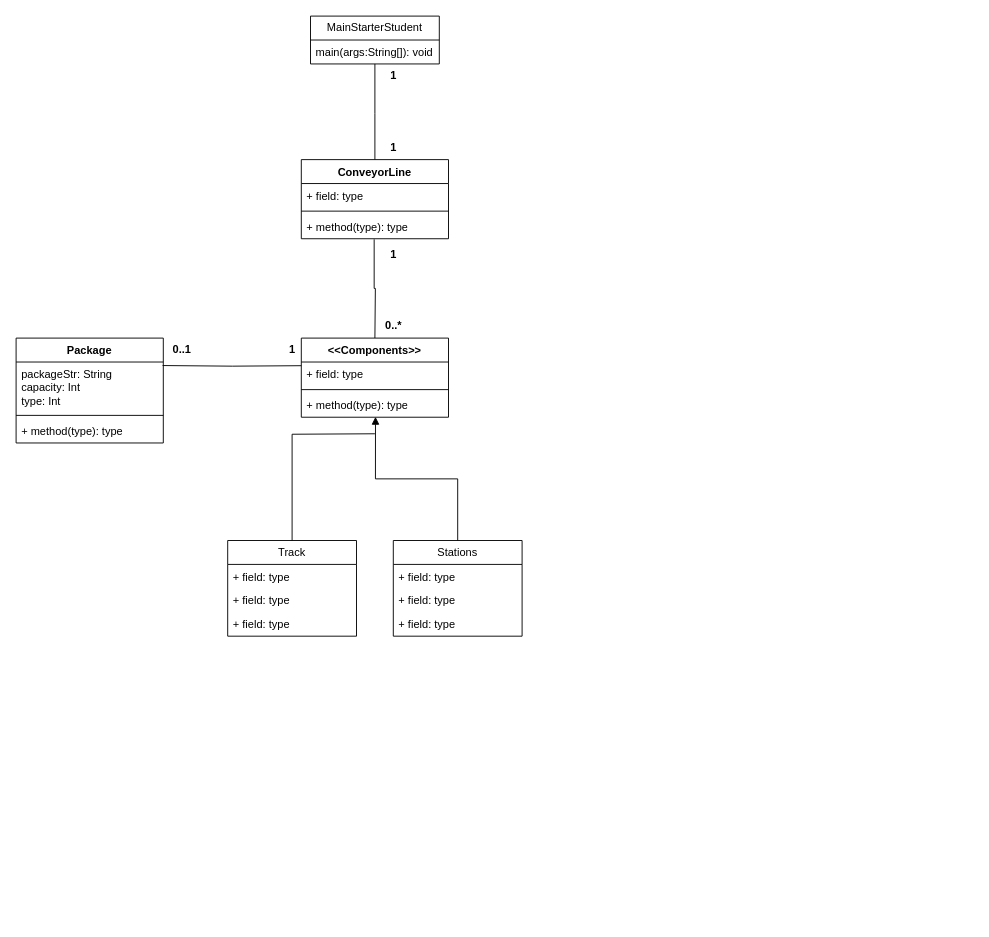
This is Python (FULL) Diagram.drawio from Spezzdidly/Python-FULL-, a draw.io file, before an edit. Source tidied: cells renumbered, new cells numbered last; positions are measured from the earlier drawing's top-left corner, leaving out a move shared by most shapes. Both pictures are drawn from the tidied source at 92%, with x=0, y=0 at pixel (16, 16).
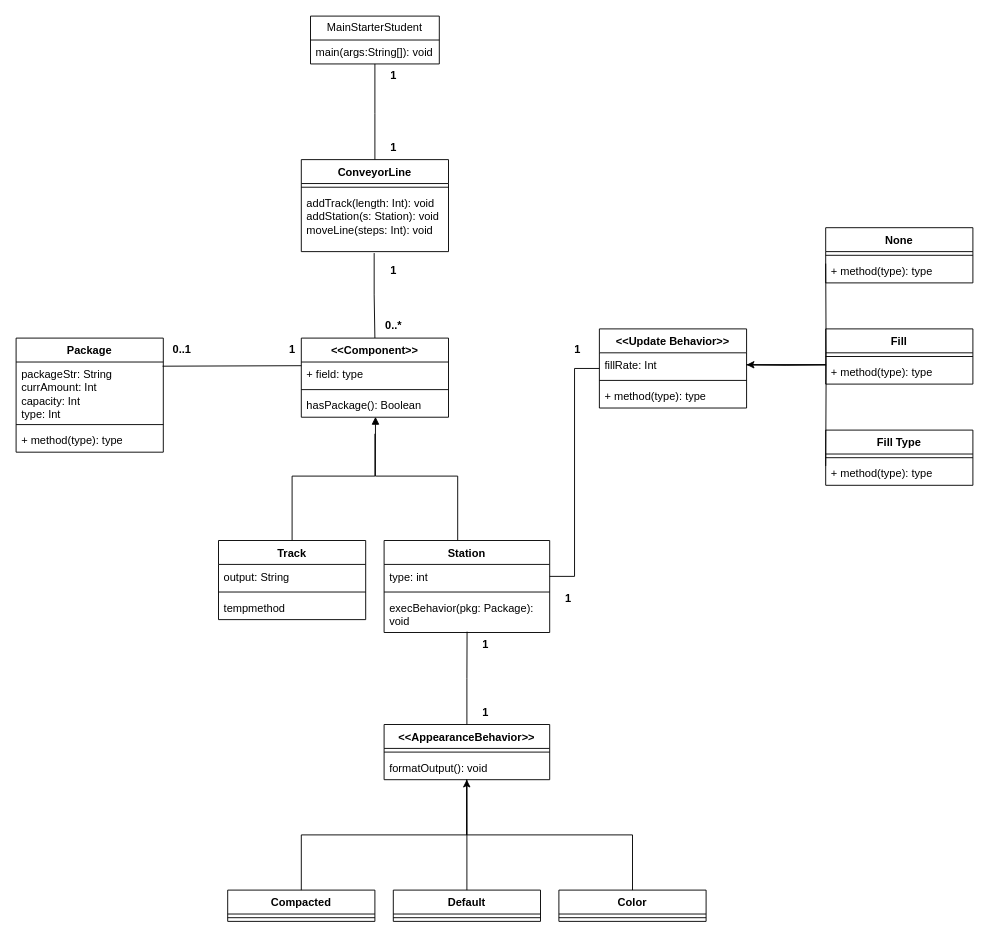
Above is the later version.

What changed in the source:
```diff
@@
     <mxCell id="5" style="edgeStyle=orthogonalEdgeStyle;rounded=0;jettySize=auto;html=1;entryX=0.5;entryY=0;entryDx=0;entryDy=0;endArrow=none;endFill=0;exitX=0.495;exitY=1.024;exitDx=0;exitDy=0;exitPerimeter=0;" parent="1" edge="1" source="23">
       <mxGeometry relative="1" as="geometry">
         <mxPoint x="390" y="350" as="targetPoint" />
+        <Array as="points">
+          <mxPoint x="389" y="303" />
+        </Array>
       </mxGeometry>
     </mxCell>
-    <mxCell id="6" style="edgeStyle=orthogonalEdgeStyle;rounded=0;jettySize=auto;html=1;entryX=0.5;entryY=0;entryDx=0;entryDy=0;endArrow=none;endFill=0;jumpSize=4;endSize=4;" parent="1" edge="1" target="7">
+    <mxCell id="6" style="edgeStyle=orthogonalEdgeStyle;rounded=0;orthogonalLoop=1;jettySize=auto;html=1;entryX=0.5;entryY=0;entryDx=0;entryDy=0;endArrow=none;endFill=0;jumpSize=4;endSize=4;" parent="1" edge="1">
       <mxGeometry relative="1" as="geometry">
         <mxPoint x="390" y="454" as="sourcePoint" />
+        <mxPoint x="300" y="570" as="targetPoint" />
+        <Array as="points">
+          <mxPoint x="390" y="500" />
+          <mxPoint x="300" y="500" />
+        </Array>
       </mxGeometry>
     </mxCell>
-    <mxCell id="7" value="Track" style="swimlane;fontStyle=0;horizontal=1;startSize=26;fillColor=none;whiteSpace=wrap;html=1;" parent="1" vertex="1">
-      <mxGeometry x="230" y="570" width="140" height="104" as="geometry" />
-    </mxCell>
-    <mxCell id="8" value="+ field: type" style="text;strokeColor=none;fillColor=none;align=left;verticalAlign=top;spacingLeft=4;spacingRight=4;overflow=hidden;whiteSpace=wrap;html=1;" parent="7" vertex="1">
-      <mxGeometry y="26" width="140" height="26" as="geometry" />
-    </mxCell>
-    <mxCell id="9" value="+ field: type" style="text;strokeColor=none;fillColor=none;align=left;verticalAlign=top;spacingLeft=4;spacingRight=4;overflow=hidden;whiteSpace=wrap;html=1;" parent="7" vertex="1">
-      <mxGeometry y="52" width="140" height="26" as="geometry" />
-    </mxCell>
-    <mxCell id="10" value="+ field: type" style="text;strokeColor=none;fillColor=none;align=left;verticalAlign=top;spacingLeft=4;spacingRight=4;overflow=hidden;whiteSpace=wrap;html=1;" parent="7" vertex="1">
-      <mxGeometry y="78" width="140" height="26" as="geometry" />
-    </mxCell>
-    <mxCell id="11" value="Stations" style="swimlane;fontStyle=0;horizontal=1;startSize=26;fillColor=none;whiteSpace=wrap;html=1;" parent="1" vertex="1">
-      <mxGeometry x="410" y="570" width="140" height="104" as="geometry" />
-    </mxCell>
-    <mxCell id="12" value="+ field: type" style="text;strokeColor=none;fillColor=none;align=left;verticalAlign=top;spacingLeft=4;spacingRight=4;overflow=hidden;whiteSpace=wrap;html=1;" parent="11" vertex="1">
-      <mxGeometry y="26" width="140" height="26" as="geometry" />
-    </mxCell>
-    <mxCell id="13" value="+ field: type" style="text;strokeColor=none;fillColor=none;align=left;verticalAlign=top;spacingLeft=4;spacingRight=4;overflow=hidden;whiteSpace=wrap;html=1;" parent="11" vertex="1">
-      <mxGeometry y="52" width="140" height="26" as="geometry" />
-    </mxCell>
-    <mxCell id="14" value="+ field: type" style="text;strokeColor=none;fillColor=none;align=left;verticalAlign=top;spacingLeft=4;spacingRight=4;overflow=hidden;whiteSpace=wrap;html=1;" parent="11" vertex="1">
-      <mxGeometry y="78" width="140" height="26" as="geometry" />
-    </mxCell>
     <mxCell id="15" value="1" style="text;align=center;fontStyle=1;verticalAlign=middle;spacingLeft=3;spacingRight=3;strokeColor=none;html=1;" parent="1" vertex="1">
-      <mxGeometry x="370" y="246" width="80" height="26" as="geometry" />
+      <mxGeometry x="370" y="264" width="80" height="26" as="geometry" />
     </mxCell>
@@
-    <mxCell id="19" style="edgeStyle=orthogonalEdgeStyle;rounded=0;jettySize=auto;html=1;endArrow=block;endFill=1;entryX=0.504;entryY=0.984;entryDx=0;entryDy=0;entryPerimeter=0;" parent="1" edge="1" source="11" target="34">
-      <mxGeometry relative="1" as="geometry" />
+    <mxCell id="19" style="edgeStyle=orthogonalEdgeStyle;rounded=0;jettySize=auto;html=1;endArrow=block;endFill=1;entryX=0.504;entryY=0.984;entryDx=0;entryDy=0;entryPerimeter=0;" parent="1" edge="1" target="34">
+      <mxGeometry relative="1" as="geometry">
+        <mxPoint x="480" y="570" as="sourcePoint" />
+        <Array as="points">
+          <mxPoint x="480" y="500" />
+          <mxPoint x="391" y="500" />
+        </Array>
+      </mxGeometry>
     </mxCell>
     <mxCell id="20" value="ConveyorLine" style="swimlane;fontStyle=1;align=center;verticalAlign=top;horizontal=1;startSize=26;whiteSpace=wrap;html=1;" parent="1" vertex="1">
-      <mxGeometry x="310" y="156" width="160" height="86" as="geometry" />
+      <mxGeometry x="310" y="156" width="160" height="100" as="geometry" />
     </mxCell>
-    <mxCell id="21" value="+ field: type" style="text;strokeColor=none;fillColor=none;align=left;verticalAlign=top;spacingLeft=4;spacingRight=4;overflow=hidden;whiteSpace=wrap;html=1;" parent="20" vertex="1">
-      <mxGeometry y="26" width="160" height="26" as="geometry" />
-    </mxCell>
     <mxCell id="22" style="line;strokeWidth=1;fillColor=none;align=left;verticalAlign=middle;spacingTop=-1;spacingLeft=3;spacingRight=3;labelPosition=right;strokeColor=inherit;" parent="20" vertex="1">
-      <mxGeometry y="52" width="160" height="8" as="geometry" />
+      <mxGeometry y="26" width="160" height="8" as="geometry" />
     </mxCell>
-    <mxCell id="23" value="+ method(type): type" style="text;strokeColor=none;fillColor=none;align=left;verticalAlign=top;spacingLeft=4;spacingRight=4;overflow=hidden;points=[[0,0.5],[1,0.5]];portConstraint=eastwest;whiteSpace=wrap;html=1;" parent="20" vertex="1">
-      <mxGeometry y="60" width="160" height="26" as="geometry" />
+    <mxCell id="23" value="addTrack(length: Int): void&lt;div&gt;addStation(s: Station): void&lt;/div&gt;&lt;div&gt;moveLine(steps: Int): void&lt;/div&gt;" style="text;strokeColor=none;fillColor=none;align=left;verticalAlign=top;spacingLeft=4;spacingRight=4;overflow=hidden;points=[[0,0.5],[1,0.5]];portConstraint=eastwest;whiteSpace=wrap;html=1;" parent="20" vertex="1">
+      <mxGeometry y="34" width="160" height="66" as="geometry" />
     </mxCell>
     <mxCell id="24" value="Package" style="swimlane;fontStyle=1;align=center;verticalAlign=top;horizontal=1;startSize=26;whiteSpace=wrap;html=1;" parent="1" vertex="1">
-      <mxGeometry y="350" width="160" height="114" as="geometry" />
+      <mxGeometry y="350" width="160" height="124" as="geometry" />
     </mxCell>
-    <mxCell id="25" value="packageStr: String&lt;div&gt;capacity: Int&lt;/div&gt;&lt;div&gt;type: Int&lt;/div&gt;" style="text;strokeColor=none;fillColor=none;align=left;verticalAlign=top;spacingLeft=4;spacingRight=4;overflow=hidden;points=[[0,0.5],[1,0.5]];portConstraint=eastwest;whiteSpace=wrap;html=1;" parent="24" vertex="1">
-      <mxGeometry y="26" width="160" height="54" as="geometry" />
+    <mxCell id="25" value="packageStr: String&lt;div&gt;currAmount: Int&lt;br&gt;&lt;div&gt;capacity: Int&lt;/div&gt;&lt;div&gt;type: Int&lt;/div&gt;&lt;/div&gt;" style="text;strokeColor=none;fillColor=none;align=left;verticalAlign=top;spacingLeft=4;spacingRight=4;overflow=hidden;points=[[0,0.5],[1,0.5]];portConstraint=eastwest;whiteSpace=wrap;html=1;" parent="24" vertex="1">
+      <mxGeometry y="26" width="160" height="64" as="geometry" />
     </mxCell>
     <mxCell id="26" style="line;strokeWidth=1;fillColor=none;align=left;verticalAlign=middle;spacingTop=-1;spacingLeft=3;spacingRight=3;labelPosition=right;strokeColor=inherit;" parent="24" vertex="1">
-      <mxGeometry y="80" width="160" height="8" as="geometry" />
+      <mxGeometry y="90" width="160" height="8" as="geometry" />
     </mxCell>
     <mxCell id="27" value="+ method(type): type" style="text;strokeColor=none;fillColor=none;align=left;verticalAlign=top;spacingLeft=4;spacingRight=4;overflow=hidden;whiteSpace=wrap;html=1;" parent="24" vertex="1">
-      <mxGeometry y="88" width="160" height="26" as="geometry" />
+      <mxGeometry y="98" width="160" height="26" as="geometry" />
     </mxCell>
@@
-    <mxCell id="31" value="&amp;lt;&amp;lt;Components&amp;gt;&amp;gt;" style="swimlane;fontStyle=1;align=center;verticalAlign=top;horizontal=1;startSize=26;whiteSpace=wrap;html=1;" parent="1" vertex="1">
+    <mxCell id="31" value="&amp;lt;&amp;lt;Component&amp;gt;&amp;gt;" style="swimlane;fontStyle=1;align=center;verticalAlign=top;horizontal=1;startSize=26;whiteSpace=wrap;html=1;" parent="1" vertex="1">
       <mxGeometry x="310" y="350" width="160" height="86" as="geometry" />
     </mxCell>
@@
-    <mxCell id="34" value="+ method(type): type" style="text;strokeColor=none;fillColor=none;align=left;verticalAlign=top;spacingLeft=4;spacingRight=4;overflow=hidden;points=[[0,0.5],[1,0.5]];portConstraint=eastwest;whiteSpace=wrap;html=1;" parent="31" vertex="1">
+    <mxCell id="34" value="hasPackage(): Boolean" style="text;strokeColor=none;fillColor=none;align=left;verticalAlign=top;spacingLeft=4;spacingRight=4;overflow=hidden;points=[[0,0.5],[1,0.5]];portConstraint=eastwest;whiteSpace=wrap;html=1;" parent="31" vertex="1">
       <mxGeometry y="60" width="160" height="26" as="geometry" />
     </mxCell>
+    <mxCell id="7" value="Track" style="swimlane;fontStyle=1;align=center;verticalAlign=top;horizontal=1;startSize=26;whiteSpace=wrap;html=1;" parent="1" vertex="1">
+      <mxGeometry x="220" y="570" width="160" height="86" as="geometry" />
+    </mxCell>
+    <mxCell id="35" value="output: String" style="text;strokeColor=none;fillColor=none;align=left;verticalAlign=top;spacingLeft=4;spacingRight=4;overflow=hidden;whiteSpace=wrap;html=1;" parent="7" vertex="1">
+      <mxGeometry y="26" width="160" height="26" as="geometry" />
+    </mxCell>
+    <mxCell id="36" style="line;strokeWidth=1;fillColor=none;align=left;verticalAlign=middle;spacingTop=-1;spacingLeft=3;spacingRight=3;labelPosition=right;strokeColor=inherit;" parent="7" vertex="1">
+      <mxGeometry y="52" width="160" height="8" as="geometry" />
+    </mxCell>
+    <mxCell id="37" value="tempmethod" style="text;strokeColor=none;fillColor=none;align=left;verticalAlign=top;spacingLeft=4;spacingRight=4;overflow=hidden;whiteSpace=wrap;html=1;" parent="7" vertex="1">
+      <mxGeometry y="60" width="160" height="26" as="geometry" />
+    </mxCell>
+    <mxCell id="38" value="Station" style="swimlane;fontStyle=1;align=center;verticalAlign=top;horizontal=1;startSize=26;whiteSpace=wrap;html=1;" parent="1" vertex="1">
+      <mxGeometry x="400" y="570" width="180" height="100" as="geometry" />
+    </mxCell>
+    <mxCell id="39" value="type: int" style="text;strokeColor=none;fillColor=none;align=left;verticalAlign=top;spacingLeft=4;spacingRight=4;overflow=hidden;points=[[0,0.5],[1,0.5]];portConstraint=eastwest;whiteSpace=wrap;html=1;" parent="38" vertex="1">
+      <mxGeometry y="26" width="180" height="26" as="geometry" />
+    </mxCell>
+    <mxCell id="40" style="line;strokeWidth=1;fillColor=none;align=left;verticalAlign=middle;spacingTop=-1;spacingLeft=3;spacingRight=3;labelPosition=right;strokeColor=inherit;" parent="38" vertex="1">
+      <mxGeometry y="52" width="180" height="8" as="geometry" />
+    </mxCell>
+    <mxCell id="41" value="execBehavior(pkg: Package): void" style="text;strokeColor=none;fillColor=none;align=left;verticalAlign=top;spacingLeft=4;spacingRight=4;overflow=hidden;points=[[0,0.5],[1,0.5]];portConstraint=eastwest;whiteSpace=wrap;html=1;" parent="38" vertex="1">
+      <mxGeometry y="60" width="180" height="40" as="geometry" />
+    </mxCell>
+    <mxCell id="42" value="&amp;lt;&amp;lt;Update Behavior&amp;gt;&amp;gt;" style="swimlane;fontStyle=1;align=center;verticalAlign=top;horizontal=1;startSize=26;whiteSpace=wrap;html=1;" parent="1" vertex="1">
+      <mxGeometry x="634" y="340" width="160" height="86" as="geometry" />
+    </mxCell>
+    <mxCell id="43" value="fillRate: Int" style="text;strokeColor=none;fillColor=none;align=left;verticalAlign=top;spacingLeft=4;spacingRight=4;overflow=hidden;points=[[0,0.5],[1,0.5]];portConstraint=eastwest;whiteSpace=wrap;html=1;" parent="42" vertex="1">
+      <mxGeometry y="26" width="160" height="26" as="geometry" />
+    </mxCell>
+    <mxCell id="44" style="line;strokeWidth=1;fillColor=none;align=left;verticalAlign=middle;spacingTop=-1;spacingLeft=3;spacingRight=3;labelPosition=right;strokeColor=inherit;" parent="42" vertex="1">
+      <mxGeometry y="52" width="160" height="8" as="geometry" />
+    </mxCell>
+    <mxCell id="45" value="+ method(type): type" style="text;strokeColor=none;fillColor=none;align=left;verticalAlign=top;spacingLeft=4;spacingRight=4;overflow=hidden;whiteSpace=wrap;html=1;" parent="42" vertex="1">
+      <mxGeometry y="60" width="160" height="26" as="geometry" />
+    </mxCell>
+    <mxCell id="46" style="edgeStyle=orthogonalEdgeStyle;rounded=0;jettySize=auto;html=1;entryX=0;entryY=0.5;entryDx=0;entryDy=0;endArrow=none;endFill=0;" parent="1" edge="1" source="39" target="42">
+      <mxGeometry relative="1" as="geometry" />
+    </mxCell>
+    <mxCell id="47" value="1" style="text;align=center;fontStyle=1;verticalAlign=middle;spacingLeft=3;spacingRight=3;strokeColor=none;html=1;" parent="1" vertex="1">
+      <mxGeometry x="570" y="350" width="80" height="26" as="geometry" />
+    </mxCell>
+    <mxCell id="48" value="1" style="text;align=center;fontStyle=1;verticalAlign=middle;spacingLeft=3;spacingRight=3;strokeColor=none;html=1;" parent="1" vertex="1">
+      <mxGeometry x="560" y="620" width="80" height="26" as="geometry" />
+    </mxCell>
+    <mxCell id="49" value="Fill" style="swimlane;fontStyle=1;align=center;verticalAlign=top;horizontal=1;startSize=26;whiteSpace=wrap;html=1;" parent="1" vertex="1">
+      <mxGeometry x="880" y="340" width="160" height="60" as="geometry" />
+    </mxCell>
+    <mxCell id="50" style="line;strokeWidth=1;fillColor=none;align=left;verticalAlign=middle;spacingTop=-1;spacingLeft=3;spacingRight=3;labelPosition=right;strokeColor=inherit;" parent="49" vertex="1">
+      <mxGeometry y="26" width="160" height="8" as="geometry" />
+    </mxCell>
+    <mxCell id="51" value="+ method(type): type" style="text;strokeColor=none;fillColor=none;align=left;verticalAlign=top;spacingLeft=4;spacingRight=4;overflow=hidden;whiteSpace=wrap;html=1;" parent="49" vertex="1">
+      <mxGeometry y="34" width="160" height="26" as="geometry" />
+    </mxCell>
+    <mxCell id="52" value="Fill Type" style="swimlane;fontStyle=1;align=center;verticalAlign=top;horizontal=1;startSize=26;whiteSpace=wrap;html=1;" parent="1" vertex="1">
+      <mxGeometry x="880" y="450" width="160" height="60" as="geometry" />
+    </mxCell>
+    <mxCell id="53" style="line;strokeWidth=1;fillColor=none;align=left;verticalAlign=middle;spacingTop=-1;spacingLeft=3;spacingRight=3;labelPosition=right;strokeColor=inherit;" parent="52" vertex="1">
+      <mxGeometry y="26" width="160" height="8" as="geometry" />
+    </mxCell>
+    <mxCell id="54" value="+ method(type): type" style="text;strokeColor=none;fillColor=none;align=left;verticalAlign=top;spacingLeft=4;spacingRight=4;overflow=hidden;whiteSpace=wrap;html=1;" parent="52" vertex="1">
+      <mxGeometry y="34" width="160" height="26" as="geometry" />
+    </mxCell>
+    <mxCell id="55" value="None" style="swimlane;fontStyle=1;align=center;verticalAlign=top;horizontal=1;startSize=26;whiteSpace=wrap;html=1;" parent="1" vertex="1">
+      <mxGeometry x="880" y="230" width="160" height="60" as="geometry" />
+    </mxCell>
+    <mxCell id="56" style="line;strokeWidth=1;fillColor=none;align=left;verticalAlign=middle;spacingTop=-1;spacingLeft=3;spacingRight=3;labelPosition=right;strokeColor=inherit;" parent="55" vertex="1">
+      <mxGeometry y="26" width="160" height="8" as="geometry" />
+    </mxCell>
+    <mxCell id="57" value="+ method(type): type" style="text;strokeColor=none;fillColor=none;align=left;verticalAlign=top;spacingLeft=4;spacingRight=4;overflow=hidden;whiteSpace=wrap;html=1;" parent="55" vertex="1">
+      <mxGeometry y="34" width="160" height="26" as="geometry" />
+    </mxCell>
+    <mxCell id="58" style="edgeStyle=orthogonalEdgeStyle;rounded=0;jettySize=auto;html=1;entryX=1;entryY=0.5;entryDx=0;entryDy=0;" parent="1" edge="1" target="43">
+      <mxGeometry relative="1" as="geometry">
+        <mxPoint x="880" y="269" as="sourcePoint" />
+      </mxGeometry>
+    </mxCell>
+    <mxCell id="59" style="edgeStyle=orthogonalEdgeStyle;rounded=0;jettySize=auto;html=1;entryX=1;entryY=0.5;entryDx=0;entryDy=0;endArrow=none;endFill=0;" parent="1" edge="1" target="43">
+      <mxGeometry relative="1" as="geometry">
+        <mxPoint x="880" y="489" as="sourcePoint" />
+      </mxGeometry>
+    </mxCell>
+    <mxCell id="60" style="edgeStyle=orthogonalEdgeStyle;rounded=0;jettySize=auto;html=1;endArrow=none;endFill=0;entryX=1;entryY=0.5;entryDx=0;entryDy=0;" parent="1" edge="1" target="43">
+      <mxGeometry relative="1" as="geometry">
+        <mxPoint x="880" y="379" as="sourcePoint" />
+      </mxGeometry>
+    </mxCell>
+    <mxCell id="61" value="&amp;lt;&amp;lt;AppearanceBehavior&amp;gt;&amp;gt;" style="swimlane;fontStyle=1;align=center;verticalAlign=top;horizontal=1;startSize=26;whiteSpace=wrap;html=1;" parent="1" vertex="1">
+      <mxGeometry x="400" y="770" width="180" height="60" as="geometry" />
+    </mxCell>
+    <mxCell id="62" style="line;strokeWidth=1;fillColor=none;align=left;verticalAlign=middle;spacingTop=-1;spacingLeft=3;spacingRight=3;labelPosition=right;strokeColor=inherit;" parent="61" vertex="1">
+      <mxGeometry y="26" width="180" height="8" as="geometry" />
+    </mxCell>
+    <mxCell id="63" value="formatOutput(): void" style="text;strokeColor=none;fillColor=none;align=left;verticalAlign=top;spacingLeft=4;spacingRight=4;overflow=hidden;points=[[0,0.5],[1,0.5]];portConstraint=eastwest;whiteSpace=wrap;html=1;" parent="61" vertex="1">
+      <mxGeometry y="34" width="180" height="26" as="geometry" />
+    </mxCell>
+    <mxCell id="64" style="edgeStyle=orthogonalEdgeStyle;rounded=0;jettySize=auto;html=1;entryX=0.501;entryY=0.978;entryDx=0;entryDy=0;entryPerimeter=0;endArrow=none;endFill=0;" parent="1" edge="1" source="61" target="41">
+      <mxGeometry relative="1" as="geometry" />
+    </mxCell>
+    <mxCell id="65" value="1" style="text;align=center;fontStyle=1;verticalAlign=middle;spacingLeft=3;spacingRight=3;strokeColor=none;html=1;" parent="1" vertex="1">
+      <mxGeometry x="470" y="670" width="80" height="26" as="geometry" />
+    </mxCell>
+    <mxCell id="66" value="1" style="text;align=center;fontStyle=1;verticalAlign=middle;spacingLeft=3;spacingRight=3;strokeColor=none;html=1;" parent="1" vertex="1">
+      <mxGeometry x="470" y="744" width="80" height="26" as="geometry" />
+    </mxCell>
+    <mxCell id="67" value="Default" style="swimlane;fontStyle=1;align=center;verticalAlign=top;horizontal=1;startSize=26;whiteSpace=wrap;html=1;" parent="1" vertex="1">
+      <mxGeometry x="410" y="950" width="160" height="34" as="geometry" />
+    </mxCell>
+    <mxCell id="68" style="line;strokeWidth=1;fillColor=none;align=left;verticalAlign=middle;spacingTop=-1;spacingLeft=3;spacingRight=3;labelPosition=right;strokeColor=inherit;" parent="67" vertex="1">
+      <mxGeometry y="26" width="160" height="8" as="geometry" />
+    </mxCell>
+    <mxCell id="69" value="Color" style="swimlane;fontStyle=1;align=center;verticalAlign=top;horizontal=1;startSize=26;whiteSpace=wrap;html=1;" parent="1" vertex="1">
+      <mxGeometry x="590" y="950" width="160" height="34" as="geometry" />
+    </mxCell>
+    <mxCell id="70" style="line;strokeWidth=1;fillColor=none;align=left;verticalAlign=middle;spacingTop=-1;spacingLeft=3;spacingRight=3;labelPosition=right;strokeColor=inherit;" parent="69" vertex="1">
+      <mxGeometry y="26" width="160" height="8" as="geometry" />
+    </mxCell>
+    <mxCell id="71" value="Compacted" style="swimlane;fontStyle=1;align=center;verticalAlign=top;horizontal=1;startSize=26;whiteSpace=wrap;html=1;" parent="1" vertex="1">
+      <mxGeometry x="230" y="950" width="160" height="34" as="geometry" />
+    </mxCell>
+    <mxCell id="72" style="line;strokeWidth=1;fillColor=none;align=left;verticalAlign=middle;spacingTop=-1;spacingLeft=3;spacingRight=3;labelPosition=right;strokeColor=inherit;" parent="71" vertex="1">
+      <mxGeometry y="26" width="160" height="8" as="geometry" />
+    </mxCell>
+    <mxCell id="73" style="edgeStyle=orthogonalEdgeStyle;rounded=0;jettySize=auto;html=1;entryX=0.499;entryY=0.996;entryDx=0;entryDy=0;entryPerimeter=0;" parent="1" edge="1" source="67" target="63">
+      <mxGeometry relative="1" as="geometry" />
+    </mxCell>
+    <mxCell id="74" style="edgeStyle=orthogonalEdgeStyle;rounded=0;jettySize=auto;html=1;entryX=0.499;entryY=0.996;entryDx=0;entryDy=0;entryPerimeter=0;endArrow=none;endFill=0;" parent="1" edge="1" source="69" target="63">
+      <mxGeometry relative="1" as="geometry" />
+    </mxCell>
+    <mxCell id="75" style="edgeStyle=orthogonalEdgeStyle;rounded=0;jettySize=auto;html=1;entryX=0.499;entryY=0.996;entryDx=0;entryDy=0;entryPerimeter=0;endArrow=none;endFill=0;" parent="1" edge="1" source="71" target="63">
+      <mxGeometry relative="1" as="geometry" />
+    </mxCell>
```
